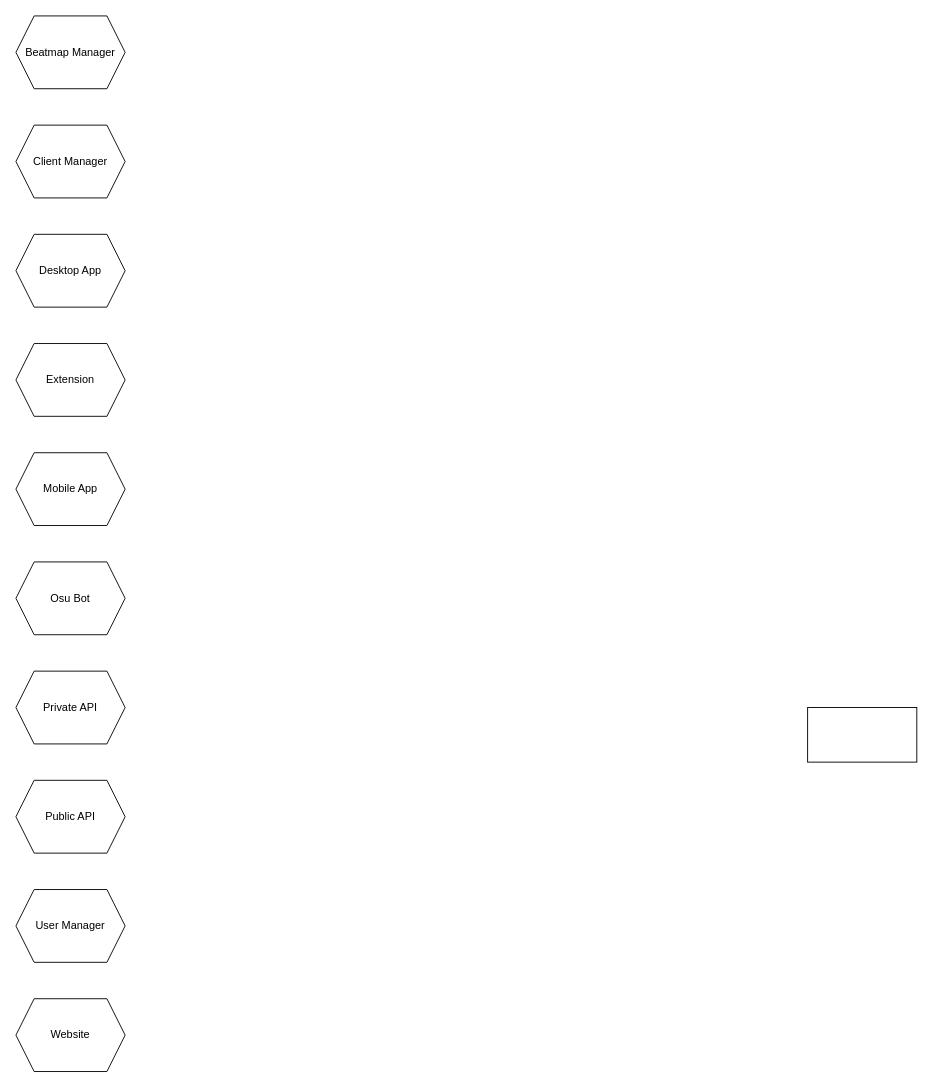
Earlier version of the draw.io diagram page "overview" (1 of 9) of BellaFiora.drawio (BellaFiora/BellaFiora). Source tidied: cells renumbered, new cells numbered last; positions are measured from the earlier drawing's top-left corner, leaving out a move shared by most shapes. Both pictures are drawn from the tidied source at 91%, with x=0, y=0 at pixel (15, 15).
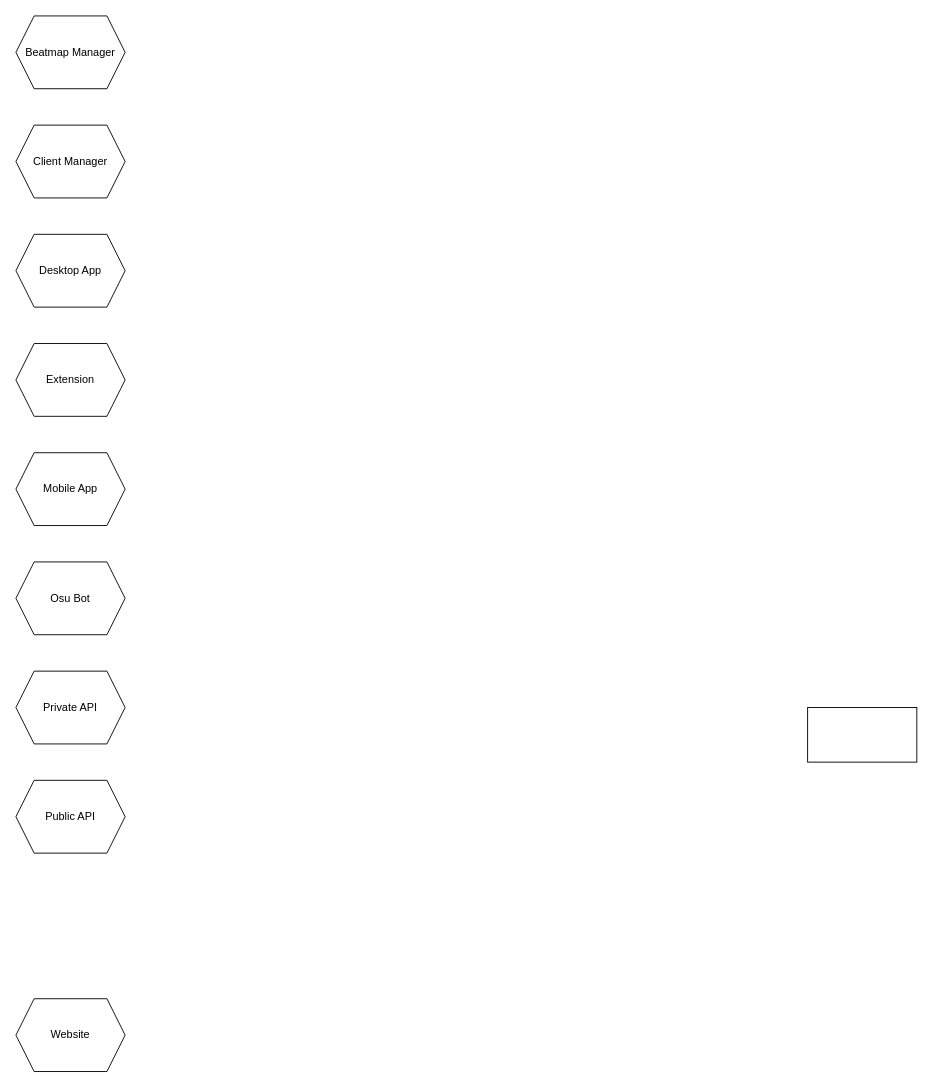
Above is the later version.

Commit message (it also covers changes not shown here):
deleted user manager

Diff of the diagram source:
```diff
@@
 <mxGraphModel>
   <root>
     <mxCell id="0" />
     <mxCell id="1" parent="0" />
     <mxCell id="2" value="Beatmap Manager" style="shape=hexagon;perimeter=hexagonPerimeter2;whiteSpace=wrap;html=1;fixedSize=1;" parent="1" vertex="1">
       <mxGeometry width="120" height="80" as="geometry" />
     </mxCell>
     <mxCell id="3" value="Client Manager" style="shape=hexagon;perimeter=hexagonPerimeter2;whiteSpace=wrap;html=1;fixedSize=1;" parent="1" vertex="1">
       <mxGeometry y="120" width="120" height="80" as="geometry" />
     </mxCell>
     <mxCell id="4" value="Desktop App" style="shape=hexagon;perimeter=hexagonPerimeter2;whiteSpace=wrap;html=1;fixedSize=1;" parent="1" vertex="1">
       <mxGeometry y="240" width="120" height="80" as="geometry" />
     </mxCell>
     <mxCell id="5" value="Extension" style="shape=hexagon;perimeter=hexagonPerimeter2;whiteSpace=wrap;html=1;fixedSize=1;" parent="1" vertex="1">
       <mxGeometry y="360" width="120" height="80" as="geometry" />
     </mxCell>
     <mxCell id="6" value="Mobile App" style="shape=hexagon;perimeter=hexagonPerimeter2;whiteSpace=wrap;html=1;fixedSize=1;" parent="1" vertex="1">
       <mxGeometry y="480" width="120" height="80" as="geometry" />
     </mxCell>
     <mxCell id="7" value="Osu Bot" style="shape=hexagon;perimeter=hexagonPerimeter2;whiteSpace=wrap;html=1;fixedSize=1;" parent="1" vertex="1">
       <mxGeometry y="600" width="120" height="80" as="geometry" />
     </mxCell>
     <mxCell id="8" value="Private API" style="shape=hexagon;perimeter=hexagonPerimeter2;whiteSpace=wrap;html=1;fixedSize=1;" parent="1" vertex="1">
       <mxGeometry y="720" width="120" height="80" as="geometry" />
     </mxCell>
     <mxCell id="9" value="Public API" style="shape=hexagon;perimeter=hexagonPerimeter2;whiteSpace=wrap;html=1;fixedSize=1;" parent="1" vertex="1">
       <mxGeometry y="840" width="120" height="80" as="geometry" />
     </mxCell>
-    <mxCell id="10" value="User Manager" style="shape=hexagon;perimeter=hexagonPerimeter2;whiteSpace=wrap;html=1;fixedSize=1;" parent="1" vertex="1">
-      <mxGeometry y="960" width="120" height="80" as="geometry" />
-    </mxCell>
     <mxCell id="11" value="Website" style="shape=hexagon;perimeter=hexagonPerimeter2;whiteSpace=wrap;html=1;fixedSize=1;" parent="1" vertex="1">
       <mxGeometry y="1080" width="120" height="80" as="geometry" />
     </mxCell>
     <mxCell id="12" style="rounded=0;whiteSpace=wrap;html=1;" parent="1" vertex="1">
       <mxGeometry x="870" y="760" width="120" height="60" as="geometry" />
     </mxCell>
   </root>
 </mxGraphModel>
```
